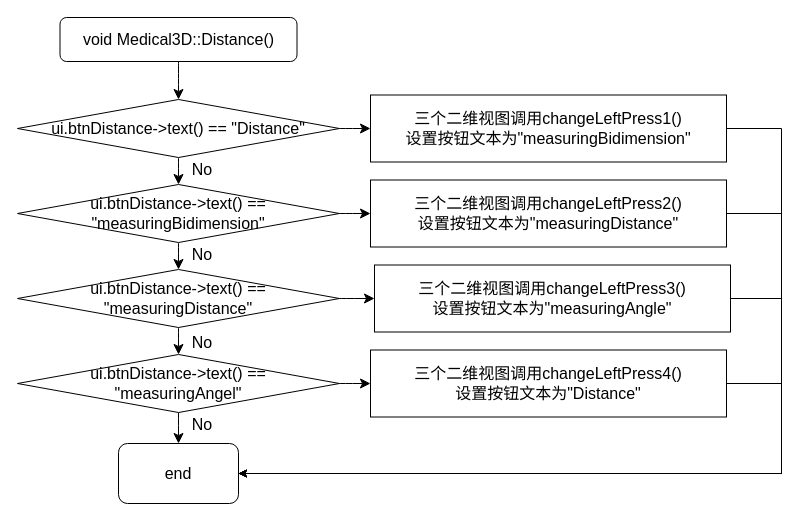
This is medical3D_distance.drawio from Dong-J93/_pictures, a draw.io file, before an edit. Source tidied: cells renumbered, new cells numbered last; positions are measured from the earlier drawing's top-left corner, leaving out a move shared by most shapes. Both pictures are drawn from the tidied source at 100%, with x=0, y=0 at pixel (17, 17).
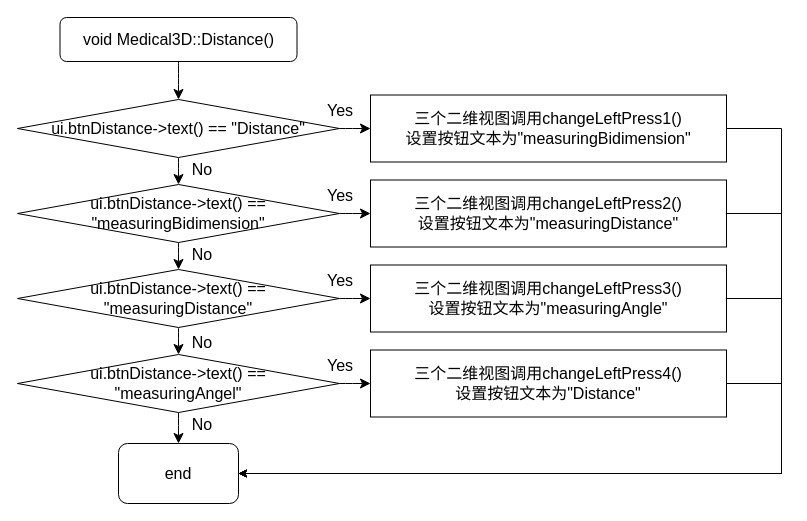
Above is the later version.

The edit, as a diff of the source:
```diff
@@
     <mxCell id="23" value="&lt;div&gt;三个二维视图调用changeLeftPress3()&lt;/div&gt;&lt;div&gt;&lt;span style=&quot;background-color: initial;&quot;&gt;设置按钮文本为&lt;/span&gt;&lt;span style=&quot;background-color: initial;&quot;&gt;&quot;measuringAngle&quot;&lt;/span&gt;&lt;/div&gt;" style="whiteSpace=wrap;html=1;fontSize=16;rounded=0;" parent="1" vertex="1">
-      <mxGeometry x="357" y="247.5" width="356" height="67" as="geometry" />
+      <mxGeometry x="353" y="247.5" width="356" height="67" as="geometry" />
     </mxCell>
@@
+    <mxCell id="29" value="Yes" style="text;html=1;strokeColor=none;fillColor=none;align=center;verticalAlign=middle;whiteSpace=wrap;rounded=0;fontSize=16;" parent="1" vertex="1">
+      <mxGeometry x="293" y="77.5" width="60" height="30" as="geometry" />
+    </mxCell>
+    <mxCell id="30" value="Yes" style="text;html=1;strokeColor=none;fillColor=none;align=center;verticalAlign=middle;whiteSpace=wrap;rounded=0;fontSize=16;" parent="1" vertex="1">
+      <mxGeometry x="293" y="162.5" width="60" height="30" as="geometry" />
+    </mxCell>
+    <mxCell id="31" value="Yes" style="text;html=1;strokeColor=none;fillColor=none;align=center;verticalAlign=middle;whiteSpace=wrap;rounded=0;fontSize=16;" parent="1" vertex="1">
+      <mxGeometry x="293" y="247.5" width="60" height="30" as="geometry" />
+    </mxCell>
+    <mxCell id="32" value="Yes" style="text;html=1;strokeColor=none;fillColor=none;align=center;verticalAlign=middle;whiteSpace=wrap;rounded=0;fontSize=16;" parent="1" vertex="1">
+      <mxGeometry x="293" y="332.5" width="60" height="30" as="geometry" />
+    </mxCell>
```
